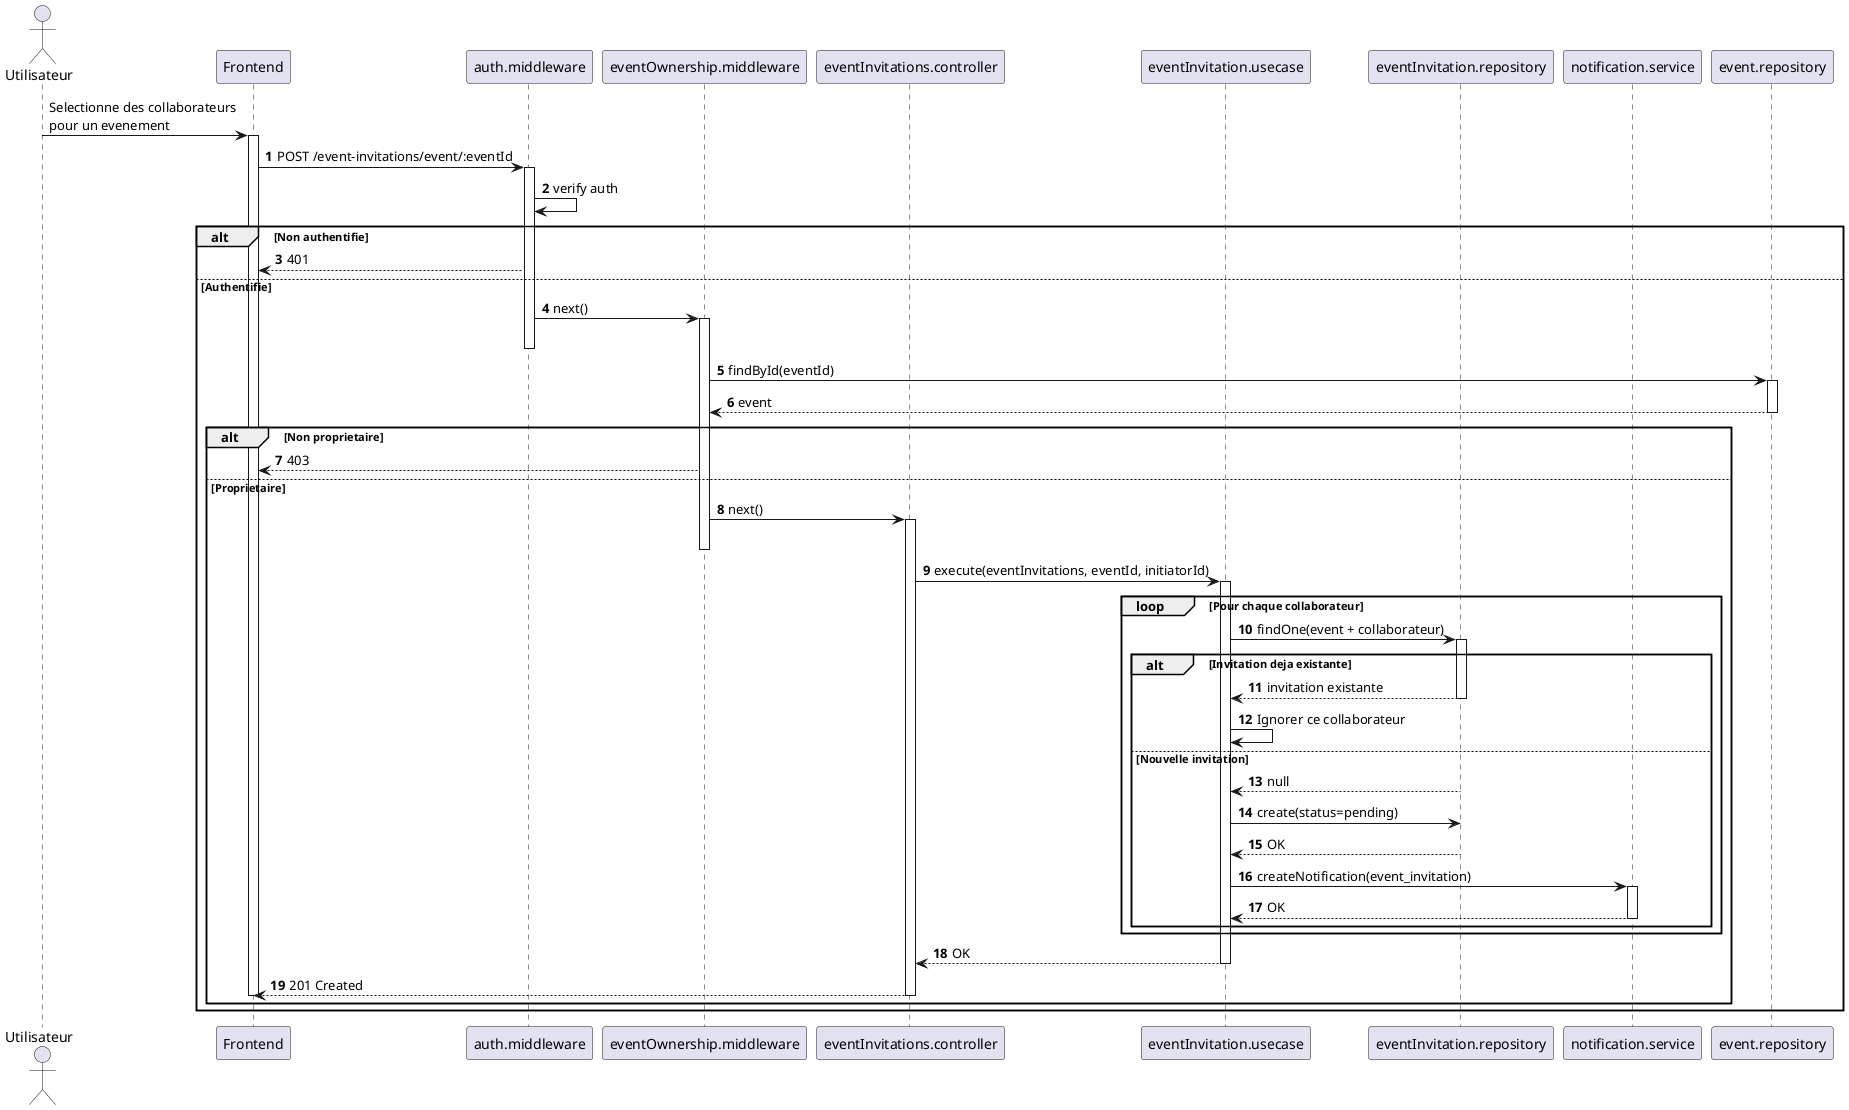
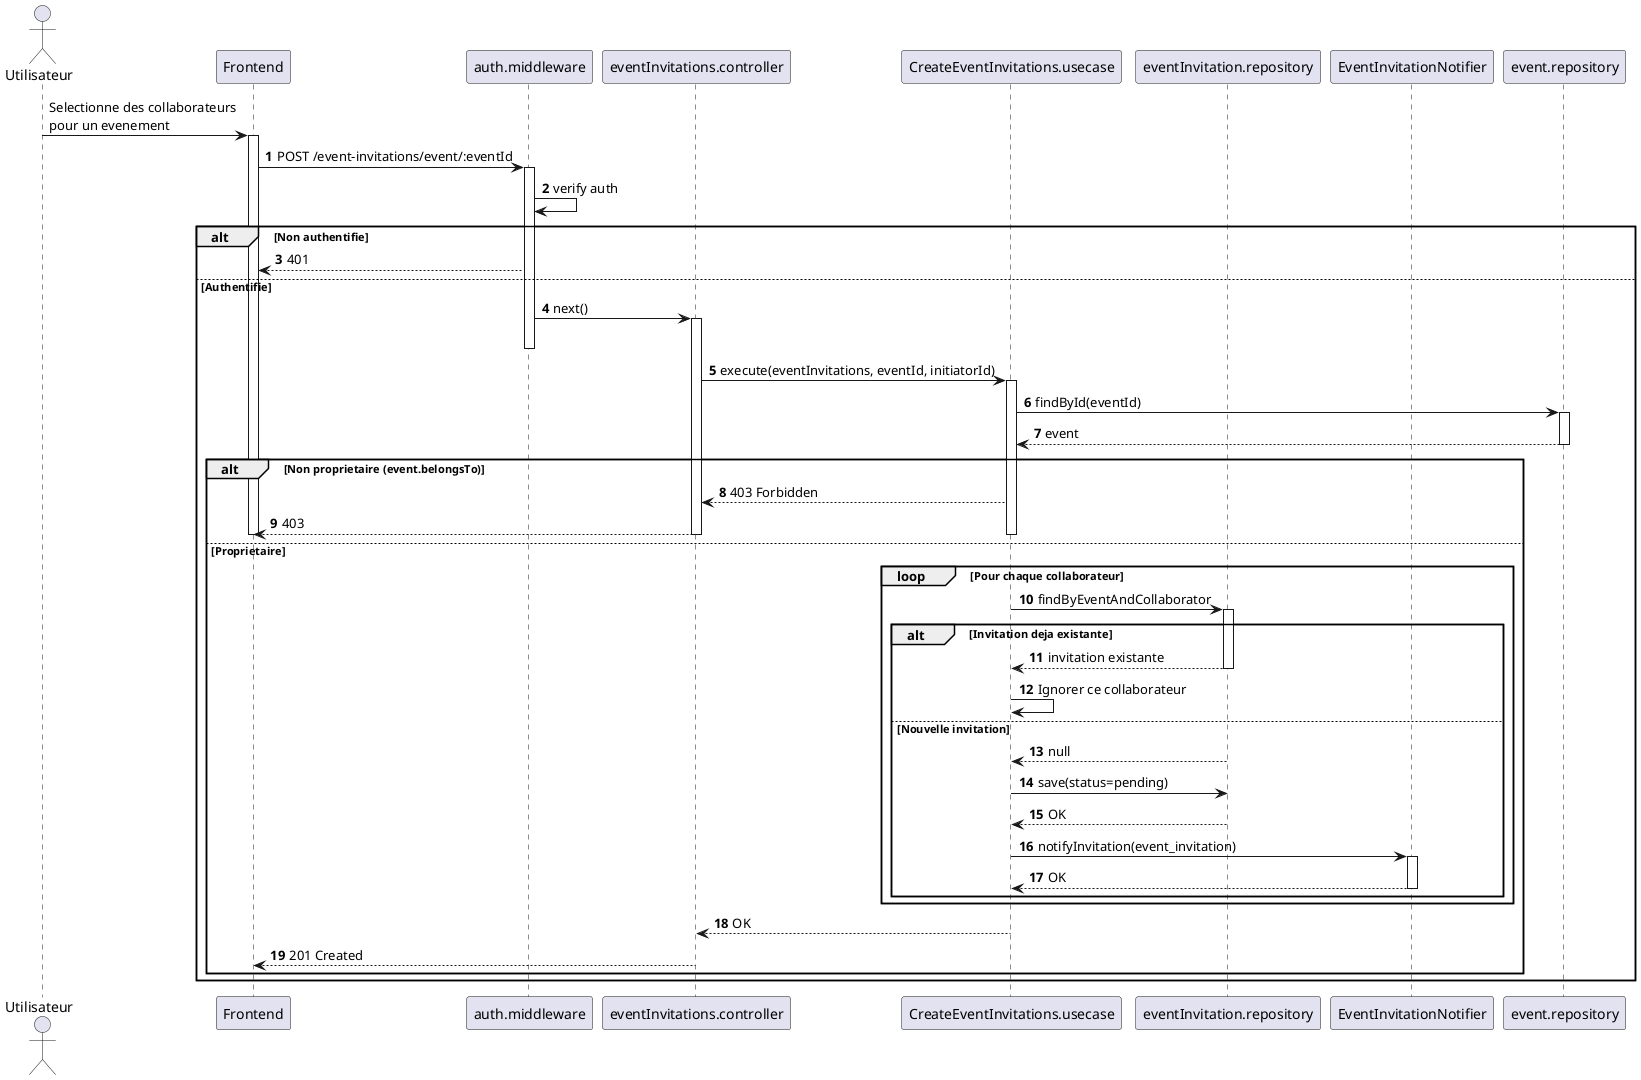
@startuml
!pragma layout smetana

skinparam shadowing false
autonumber

actor "Utilisateur" as user
participant "Frontend" as fe
participant "auth.middleware" as authMw
- participant "eventOwnership.middleware" as ownerMw
participant "eventInvitations.controller" as ctrl
- participant "eventInvitation.usecase" as action
+ participant "CreateEventInvitations.usecase" as action
participant "eventInvitation.repository" as invitationRepo
- participant "notification.service" as notif
+ participant "EventInvitationNotifier" as notif
participant "event.repository" as eventRepo

autonumber stop
user -> fe : Selectionne des collaborateurs\npour un evenement
activate fe
autonumber resume

fe -> authMw : POST /event-invitations/event/:eventId
activate authMw
authMw -> authMw : verify auth

alt Non authentifie
  authMw --> fe : 401
else Authentifie
-   authMw -> ownerMw : next()
-   activate ownerMw
+   authMw -> ctrl : next()
+   activate ctrl
  deactivate authMw

-   ownerMw -> eventRepo : findById(eventId)
+   ctrl -> action : execute(eventInvitations, eventId, initiatorId)
+   activate action
+ 
+   action -> eventRepo : findById(eventId)
  activate eventRepo
-   eventRepo --> ownerMw : event
+   eventRepo --> action : event
  deactivate eventRepo

-   alt Non proprietaire
-     ownerMw --> fe : 403
+   alt Non proprietaire (event.belongsTo)
+     action --> ctrl : 403 Forbidden
+     ctrl --> fe : 403
+     deactivate action
+     deactivate ctrl
+     deactivate fe
  else Proprietaire
-     ownerMw -> ctrl : next()
-     activate ctrl
-     deactivate ownerMw
- 
-     ctrl -> action : execute(eventInvitations, eventId, initiatorId)
-     activate action
- 
    loop Pour chaque collaborateur
-       action -> invitationRepo : findOne(event + collaborateur)
+       action -> invitationRepo : findByEventAndCollaborator
      activate invitationRepo

      alt Invitation deja existante
        invitationRepo --> action : invitation existante
        deactivate invitationRepo
        action -> action : Ignorer ce collaborateur
      else Nouvelle invitation
        invitationRepo --> action : null

-         action -> invitationRepo : create(status=pending)
+         action -> invitationRepo : save(status=pending)
        invitationRepo --> action : OK
        deactivate invitationRepo

-         action -> notif : createNotification(event_invitation)
+         action -> notif : notifyInvitation(event_invitation)
        activate notif
        notif --> action : OK
        deactivate notif
      end
    end

    action --> ctrl : OK
    deactivate action
    ctrl --> fe : 201 Created
    deactivate ctrl
    deactivate fe
  end
end

@enduml
